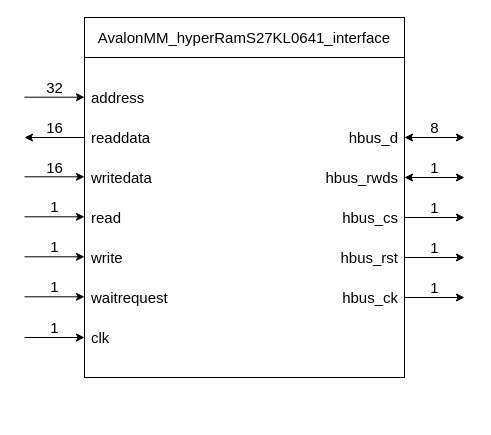
Above: page "interface" (1 of 3) of rtl/avalon_hyperRAM_interface.drawio in AndreaBononi/IP_cores (draw.io), before the change. Source tidied: cells renumbered, new cells numbered last; positions are measured from the earlier drawing's top-left corner, leaving out a move shared by most shapes. Both pictures are drawn from the tidied source at 100%, with x=0, y=0 at pixel (24, 17).
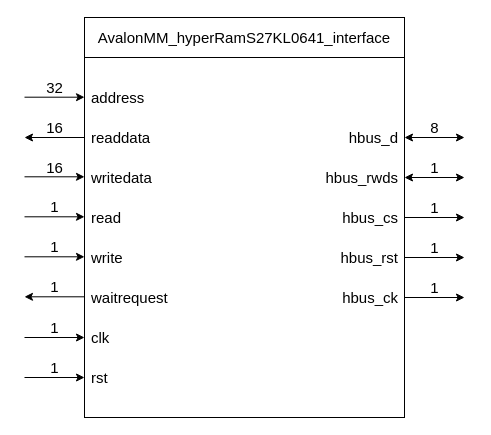
The same diagram, later.

Change to the diagram source:
```diff
@@
     <mxCell id="2" style="rounded=0;whiteSpace=wrap;html=1;" parent="1" vertex="1">
-      <mxGeometry x="60" y="40" width="320" height="320" as="geometry" />
+      <mxGeometry x="60" y="40" width="320" height="360" as="geometry" />
     </mxCell>
@@
     <mxCell id="26" style="endArrow=classic;html=1;rounded=0;fontSize=15;" parent="1" edge="1">
       <mxGeometry relative="1" as="geometry">
-        <mxPoint y="279.3" as="sourcePoint" />
-        <mxPoint x="60" y="279.3" as="targetPoint" />
+        <mxPoint x="60" y="279.3" as="sourcePoint" />
+        <mxPoint y="279.3" as="targetPoint" />
       </mxGeometry>
     </mxCell>
@@
+    <mxCell id="40" value="rst" style="text;html=1;align=left;verticalAlign=middle;strokeColor=none;fillColor=none;fontSize=15;" parent="1" vertex="1">
+      <mxGeometry x="65" y="345" width="40" height="30" as="geometry" />
+    </mxCell>
+    <mxCell id="41" style="endArrow=classic;html=1;rounded=0;fontSize=15;" parent="1" edge="1">
+      <mxGeometry relative="1" as="geometry">
+        <mxPoint y="360" as="sourcePoint" />
+        <mxPoint x="60" y="360" as="targetPoint" />
+      </mxGeometry>
+    </mxCell>
+    <mxCell id="42" value="1" style="text;html=1;align=center;verticalAlign=middle;strokeColor=none;fillColor=none;fontSize=15;" parent="1" vertex="1">
+      <mxGeometry x="20" y="340" width="20" height="20" as="geometry" />
+    </mxCell>
```
